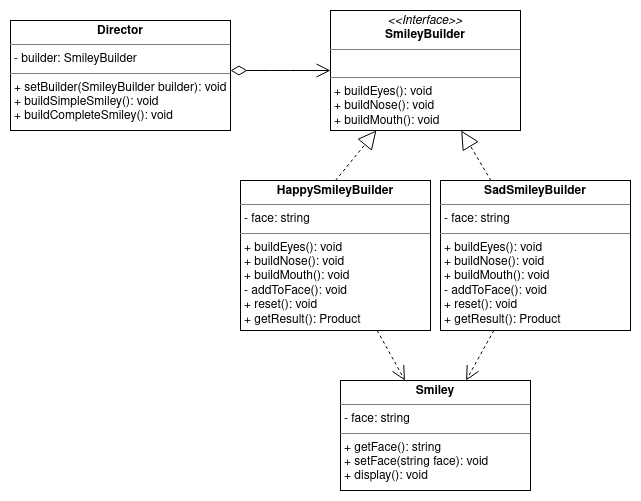
pjehan-teaching/design-patterns keeps this draw.io diagram as assets/images/builder-smiley.png. Above is the earlier version. Source tidied: cells renumbered, new cells last; positions are measured from the earlier drawing's top-left corner, leaving out a move shared by most shapes.
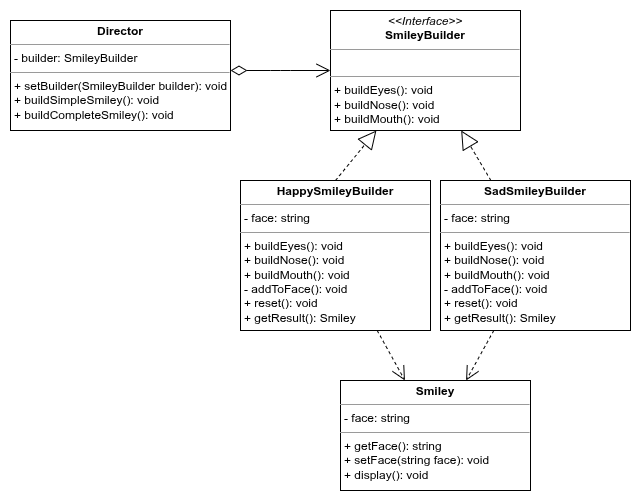
The same file after the commit.

Commit message:
Fix builder smiley UML diagram

The edit, as a diff of the source:
```diff
@@ -8,7 +8,7 @@
     <mxCell id="3" value="&lt;p style=&quot;margin: 0px ; margin-top: 4px ; text-align: center&quot;&gt;&lt;i&gt;&amp;lt;&amp;lt;Interface&amp;gt;&amp;gt;&lt;/i&gt;&lt;br&gt;&lt;b&gt;SmileyBuilder&lt;/b&gt;&lt;/p&gt;&lt;hr size=&quot;1&quot;&gt;&lt;p style=&quot;margin: 0px ; margin-left: 4px&quot;&gt;&lt;br&gt;&lt;/p&gt;&lt;hr size=&quot;1&quot;&gt;&lt;p style=&quot;margin: 0px ; margin-left: 4px&quot;&gt;+ buildEyes(): void&lt;/p&gt;&lt;p style=&quot;margin: 0px ; margin-left: 4px&quot;&gt;+ buildNose(): void&lt;/p&gt;&lt;p style=&quot;margin: 0px ; margin-left: 4px&quot;&gt;+ buildMouth(): void&lt;/p&gt;" style="verticalAlign=top;align=left;overflow=fill;fontSize=12;fontFamily=Helvetica;html=1;shadow=0;" parent="1" vertex="1">
       <mxGeometry x="320" width="190" height="120" as="geometry" />
     </mxCell>
-    <mxCell id="4" value="&lt;p style=&quot;margin: 0px ; margin-top: 4px ; text-align: center&quot;&gt;&lt;b&gt;HappySmileyBuilder&lt;/b&gt;&lt;/p&gt;&lt;hr size=&quot;1&quot;&gt;&lt;p style=&quot;margin: 0px ; margin-left: 4px&quot;&gt;- face: string&lt;br&gt;&lt;/p&gt;&lt;hr size=&quot;1&quot;&gt;&lt;p style=&quot;margin: 0px ; margin-left: 4px&quot;&gt;+ buildEyes(): void&lt;/p&gt;&lt;p style=&quot;margin: 0px ; margin-left: 4px&quot;&gt;+ buildNose(): void&lt;/p&gt;&lt;p style=&quot;margin: 0px ; margin-left: 4px&quot;&gt;+ buildMouth(): void&lt;/p&gt;&lt;p style=&quot;margin: 0px ; margin-left: 4px&quot;&gt;- addToFace(): void&lt;/p&gt;&lt;p style=&quot;margin: 0px ; margin-left: 4px&quot;&gt;+ reset(): void&lt;br&gt;&lt;/p&gt;&lt;p style=&quot;margin: 0px ; margin-left: 4px&quot;&gt;&lt;span&gt;&lt;/span&gt;&lt;/p&gt;&lt;p style=&quot;margin: 0px ; margin-left: 4px&quot;&gt;&lt;span&gt;+ getResult(): Product&lt;br&gt;&lt;/span&gt;&lt;/p&gt;" style="verticalAlign=top;align=left;overflow=fill;fontSize=12;fontFamily=Helvetica;html=1;shadow=0;" parent="1" vertex="1">
+    <mxCell id="4" value="&lt;p style=&quot;margin: 0px ; margin-top: 4px ; text-align: center&quot;&gt;&lt;b&gt;HappySmileyBuilder&lt;/b&gt;&lt;/p&gt;&lt;hr size=&quot;1&quot;&gt;&lt;p style=&quot;margin: 0px ; margin-left: 4px&quot;&gt;- face: string&lt;br&gt;&lt;/p&gt;&lt;hr size=&quot;1&quot;&gt;&lt;p style=&quot;margin: 0px ; margin-left: 4px&quot;&gt;+ buildEyes(): void&lt;/p&gt;&lt;p style=&quot;margin: 0px ; margin-left: 4px&quot;&gt;+ buildNose(): void&lt;/p&gt;&lt;p style=&quot;margin: 0px ; margin-left: 4px&quot;&gt;+ buildMouth(): void&lt;/p&gt;&lt;p style=&quot;margin: 0px ; margin-left: 4px&quot;&gt;- addToFace(): void&lt;/p&gt;&lt;p style=&quot;margin: 0px ; margin-left: 4px&quot;&gt;+ reset(): void&lt;br&gt;&lt;/p&gt;&lt;p style=&quot;margin: 0px ; margin-left: 4px&quot;&gt;&lt;span&gt;&lt;/span&gt;&lt;/p&gt;&lt;p style=&quot;margin: 0px ; margin-left: 4px&quot;&gt;&lt;span&gt;+ getResult(): Smiley&lt;br&gt;&lt;/span&gt;&lt;/p&gt;" style="verticalAlign=top;align=left;overflow=fill;fontSize=12;fontFamily=Helvetica;html=1;shadow=0;" parent="1" vertex="1">
       <mxGeometry x="230" y="170" width="190" height="150" as="geometry" />
     </mxCell>
     <mxCell id="5" value="&lt;p style=&quot;margin: 0px ; margin-top: 4px ; text-align: center&quot;&gt;&lt;b&gt;Smiley&lt;/b&gt;&lt;/p&gt;&lt;hr size=&quot;1&quot;&gt;&lt;p style=&quot;margin: 0px ; margin-left: 4px&quot;&gt;- face: string&lt;br&gt;&lt;/p&gt;&lt;hr size=&quot;1&quot;&gt;&lt;p style=&quot;margin: 0px ; margin-left: 4px&quot;&gt;+ getFace(): string&lt;/p&gt;&lt;p style=&quot;margin: 0px ; margin-left: 4px&quot;&gt;+ setFace(string face): void&lt;/p&gt;&lt;p style=&quot;margin: 0px ; margin-left: 4px&quot;&gt;+ display(): void&lt;br&gt;&lt;/p&gt;" style="verticalAlign=top;align=left;overflow=fill;fontSize=12;fontFamily=Helvetica;html=1;shadow=0;" parent="1" vertex="1">
@@ -28,7 +28,7 @@
     <mxCell id="8" style="endArrow=open;endSize=12;dashed=1;html=1;" parent="1" edge="1" source="4" target="5">
       <mxGeometry relative="1" as="geometry" />
     </mxCell>
-    <mxCell id="9" value="&lt;p style=&quot;margin: 0px ; margin-top: 4px ; text-align: center&quot;&gt;&lt;b&gt;SadSmileyBuilder&lt;/b&gt;&lt;/p&gt;&lt;hr size=&quot;1&quot;&gt;&lt;p style=&quot;margin: 0px ; margin-left: 4px&quot;&gt;- face: string&lt;br&gt;&lt;/p&gt;&lt;hr size=&quot;1&quot;&gt;&lt;p style=&quot;margin: 0px ; margin-left: 4px&quot;&gt;+ buildEyes(): void&lt;/p&gt;&lt;p style=&quot;margin: 0px ; margin-left: 4px&quot;&gt;+ buildNose(): void&lt;/p&gt;&lt;p style=&quot;margin: 0px ; margin-left: 4px&quot;&gt;+ buildMouth(): void&lt;/p&gt;&lt;p style=&quot;margin: 0px ; margin-left: 4px&quot;&gt;- addToFace(): void&lt;/p&gt;&lt;p style=&quot;margin: 0px ; margin-left: 4px&quot;&gt;+ reset(): void&lt;br&gt;&lt;/p&gt;&lt;p style=&quot;margin: 0px ; margin-left: 4px&quot;&gt;&lt;span&gt;&lt;/span&gt;&lt;/p&gt;&lt;p style=&quot;margin: 0px ; margin-left: 4px&quot;&gt;&lt;span&gt;+ getResult(): Product&lt;br&gt;&lt;/span&gt;&lt;/p&gt;" style="verticalAlign=top;align=left;overflow=fill;fontSize=12;fontFamily=Helvetica;html=1;shadow=0;" parent="1" vertex="1">
+    <mxCell id="9" value="&lt;p style=&quot;margin: 0px ; margin-top: 4px ; text-align: center&quot;&gt;&lt;b&gt;SadSmileyBuilder&lt;/b&gt;&lt;/p&gt;&lt;hr size=&quot;1&quot;&gt;&lt;p style=&quot;margin: 0px ; margin-left: 4px&quot;&gt;- face: string&lt;br&gt;&lt;/p&gt;&lt;hr size=&quot;1&quot;&gt;&lt;p style=&quot;margin: 0px ; margin-left: 4px&quot;&gt;+ buildEyes(): void&lt;/p&gt;&lt;p style=&quot;margin: 0px ; margin-left: 4px&quot;&gt;+ buildNose(): void&lt;/p&gt;&lt;p style=&quot;margin: 0px ; margin-left: 4px&quot;&gt;+ buildMouth(): void&lt;/p&gt;&lt;p style=&quot;margin: 0px ; margin-left: 4px&quot;&gt;- addToFace(): void&lt;/p&gt;&lt;p style=&quot;margin: 0px ; margin-left: 4px&quot;&gt;+ reset(): void&lt;br&gt;&lt;/p&gt;&lt;p style=&quot;margin: 0px ; margin-left: 4px&quot;&gt;&lt;span&gt;&lt;/span&gt;&lt;/p&gt;&lt;p style=&quot;margin: 0px ; margin-left: 4px&quot;&gt;&lt;span&gt;+ getResult(): Smiley&lt;br&gt;&lt;/span&gt;&lt;/p&gt;" style="verticalAlign=top;align=left;overflow=fill;fontSize=12;fontFamily=Helvetica;html=1;shadow=0;" parent="1" vertex="1">
       <mxGeometry x="430" y="170" width="190" height="150" as="geometry" />
     </mxCell>
     <mxCell id="10" style="endArrow=open;endSize=12;dashed=1;html=1;" parent="1" edge="1" source="9" target="5">
```
